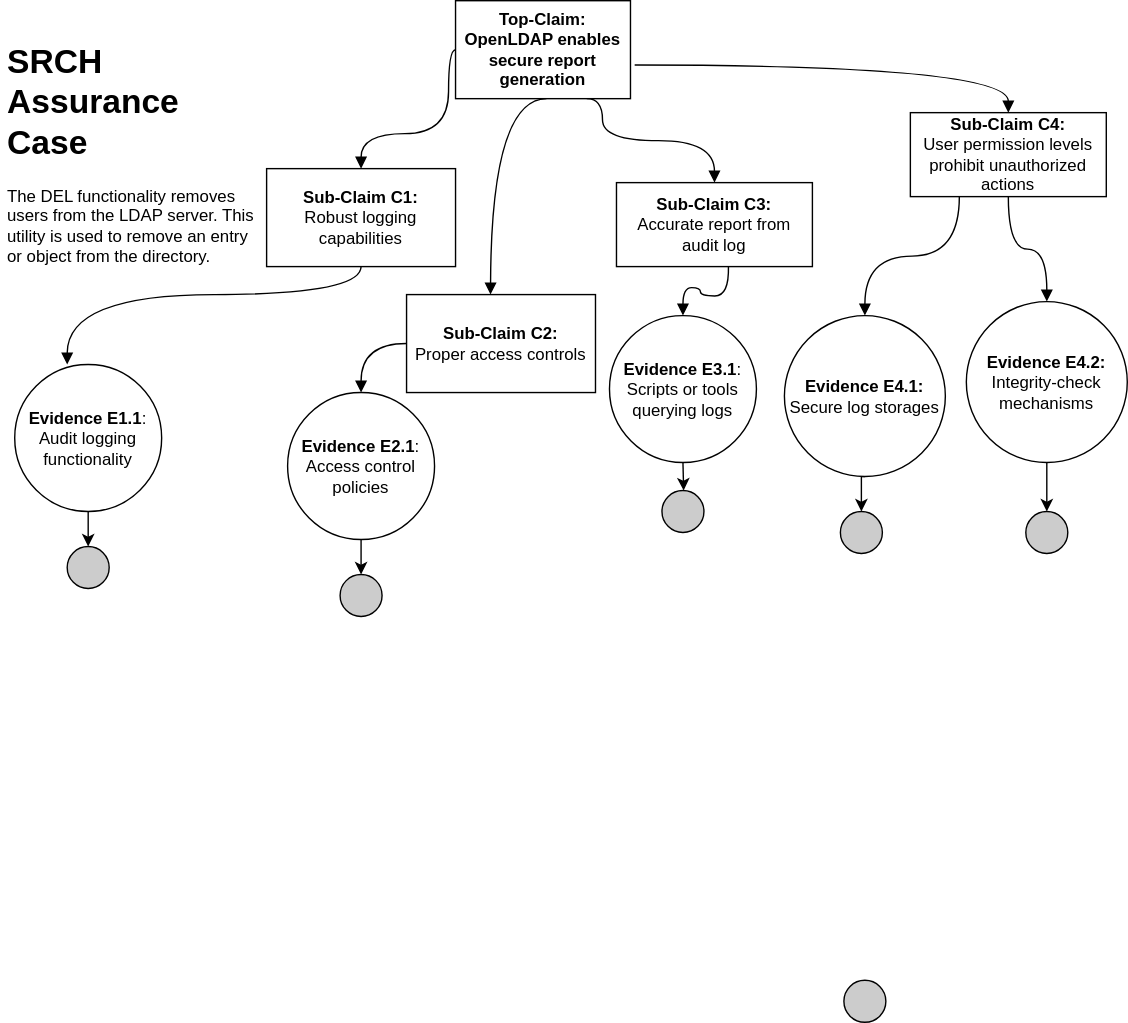
The draw.io diagram images/SRCH_accurance_case.svg in bartelsjoshuac/SAPG, before a commit. Source tidied: cells renumbered, new cells last; positions are measured from the earlier drawing's top-left corner, leaving out a move shared by most shapes. The source it was exported from:
```xml
<mxGraphModel background="#FFFFFF">
  <root>
    <mxCell id="0" />
    <mxCell id="1" parent="0" />
    <mxCell id="2" value="&lt;div&gt;&lt;br&gt;&lt;/div&gt;&lt;h1&gt;SRCH&lt;br&gt;Assurance Case&lt;/h1&gt;&lt;p&gt;The DEL functionality removes users from the LDAP server. This utility is used to remove an entry or object from the directory.&lt;br&gt;&lt;/p&gt;" style="text;html=1;strokeColor=none;fillColor=none;spacing=5;spacingTop=-20;whiteSpace=wrap;overflow=hidden;rounded=0;" parent="1" vertex="1">
      <mxGeometry y="10" width="190" height="250" as="geometry" />
    </mxCell>
    <mxCell id="3" style="edgeStyle=orthogonalEdgeStyle;rounded=0;jettySize=auto;html=1;endArrow=block;endFill=1;curved=1;entryX=0.5;entryY=0;entryDx=0;entryDy=0;" parent="1" edge="1" source="4" target="6">
      <mxGeometry relative="1" as="geometry">
        <Array as="points">
          <mxPoint x="320" y="35" />
          <mxPoint x="320" y="95" />
          <mxPoint x="258" y="95" />
        </Array>
      </mxGeometry>
    </mxCell>
    <mxCell id="4" value="&lt;b&gt;Top-Claim:&lt;/b&gt;&lt;br&gt;&lt;b&gt;OpenLDAP enables secure report generation&lt;/b&gt;" style="rounded=0;whiteSpace=wrap;html=1;" parent="1" vertex="1">
      <mxGeometry x="325" width="125" height="70" as="geometry" />
    </mxCell>
    <mxCell id="5" style="edgeStyle=orthogonalEdgeStyle;curved=1;rounded=0;jettySize=auto;html=1;exitX=0.5;exitY=1;exitDx=0;exitDy=0;entryX=0.25;entryY=1;entryDx=0;entryDy=0;endArrow=block;endFill=1;" parent="1" edge="1" source="6" target="2">
      <mxGeometry relative="1" as="geometry" />
    </mxCell>
    <mxCell id="6" value="&lt;b&gt;Sub-Claim C1:&lt;br&gt;&lt;/b&gt;Robust logging capabilities" style="rounded=0;whiteSpace=wrap;html=1;" parent="1" vertex="1">
      <mxGeometry x="190" y="120" width="135" height="70" as="geometry" />
    </mxCell>
    <mxCell id="7" style="edgeStyle=orthogonalEdgeStyle;curved=1;rounded=0;jettySize=auto;html=1;entryX=0.5;entryY=0;entryDx=0;entryDy=0;endArrow=block;endFill=1;exitX=0.25;exitY=1;exitDx=0;exitDy=0;" parent="1" edge="1" source="29" target="9">
      <mxGeometry relative="1" as="geometry" />
    </mxCell>
    <mxCell id="8" style="edgeStyle=orthogonalEdgeStyle;rounded=0;jettySize=auto;html=1;exitX=0.5;exitY=1;exitDx=0;exitDy=0;entryX=0.5;entryY=0;entryDx=0;entryDy=0;" parent="1" edge="1" source="9" target="30">
      <mxGeometry relative="1" as="geometry" />
    </mxCell>
    <mxCell id="9" value="&lt;b&gt;Evidence E4.1:&lt;/b&gt;&lt;br&gt;Secure log storages" style="ellipse;whiteSpace=wrap;html=1;fillColor=#ffffff;rounded=0;" parent="1" vertex="1">
      <mxGeometry x="560" y="225" width="115" height="115" as="geometry" />
    </mxCell>
    <mxCell id="10" style="edgeStyle=orthogonalEdgeStyle;curved=1;rounded=0;jettySize=auto;html=1;endArrow=block;endFill=1;exitX=0.75;exitY=1;exitDx=0;exitDy=0;" parent="1" edge="1" source="4" target="11">
      <mxGeometry relative="1" as="geometry">
        <Array as="points">
          <mxPoint x="430" y="70" />
          <mxPoint x="430" y="100" />
          <mxPoint x="510" y="100" />
        </Array>
      </mxGeometry>
    </mxCell>
    <mxCell id="11" value="&lt;b&gt;Sub-Claim C3:&lt;br&gt;&lt;/b&gt;Accurate report from audit log" style="rounded=0;whiteSpace=wrap;html=1;" parent="1" vertex="1">
      <mxGeometry x="440" y="130" width="140" height="60" as="geometry" />
    </mxCell>
    <mxCell id="12" style="edgeStyle=orthogonalEdgeStyle;rounded=0;jettySize=auto;html=1;exitX=0.5;exitY=1;exitDx=0;exitDy=0;entryX=0.5;entryY=0;entryDx=0;entryDy=0;" parent="1" edge="1" source="13" target="31">
      <mxGeometry relative="1" as="geometry" />
    </mxCell>
    <mxCell id="13" value="&lt;b&gt;Evidence E4.2:&lt;/b&gt;&lt;br&gt;Integrity-check mechanisms" style="ellipse;whiteSpace=wrap;html=1;fillColor=#ffffff;rounded=0;" parent="1" vertex="1">
      <mxGeometry x="690" y="215" width="115" height="115" as="geometry" />
    </mxCell>
    <mxCell id="14" style="ellipse;whiteSpace=wrap;html=1;fillColor=#CCCCCC;" parent="1" vertex="1">
      <mxGeometry x="602.5" y="700" width="30" height="30" as="geometry" />
    </mxCell>
    <mxCell id="15" style="edgeStyle=orthogonalEdgeStyle;rounded=0;jettySize=auto;html=1;exitX=0.5;exitY=1;exitDx=0;exitDy=0;entryX=0.5;entryY=0;entryDx=0;entryDy=0;" parent="1" edge="1" source="16" target="17">
      <mxGeometry relative="1" as="geometry" />
    </mxCell>
    <mxCell id="16" value="&lt;b&gt;Evidence E1.1&lt;/b&gt;:&lt;br&gt;Audit logging functionality" style="ellipse;whiteSpace=wrap;html=1;fillColor=#ffffff;rounded=0;" parent="1" vertex="1">
      <mxGeometry x="10" y="260" width="105" height="105" as="geometry" />
    </mxCell>
    <mxCell id="17" style="ellipse;whiteSpace=wrap;html=1;fillColor=#CCCCCC;" parent="1" vertex="1">
      <mxGeometry x="47.5" y="390" width="30" height="30" as="geometry" />
    </mxCell>
    <mxCell id="18" value="&lt;b&gt;Sub-Claim C2:&lt;br&gt;&lt;/b&gt;Proper access controls" style="rounded=0;whiteSpace=wrap;html=1;" parent="1" vertex="1">
      <mxGeometry x="290" y="210" width="135" height="70" as="geometry" />
    </mxCell>
    <mxCell id="19" style="edgeStyle=orthogonalEdgeStyle;rounded=0;jettySize=auto;html=1;exitX=0.5;exitY=1;exitDx=0;exitDy=0;entryX=0.5;entryY=0;entryDx=0;entryDy=0;" parent="1" edge="1" source="20" target="21">
      <mxGeometry relative="1" as="geometry" />
    </mxCell>
    <mxCell id="20" value="&lt;b&gt;Evidence E2.1&lt;/b&gt;:&lt;br&gt;Access control policies" style="ellipse;whiteSpace=wrap;html=1;fillColor=#ffffff;rounded=0;" parent="1" vertex="1">
      <mxGeometry x="205" y="280" width="105" height="105" as="geometry" />
    </mxCell>
    <mxCell id="21" style="ellipse;whiteSpace=wrap;html=1;fillColor=#CCCCCC;" parent="1" vertex="1">
      <mxGeometry x="242.5" y="410" width="30" height="30" as="geometry" />
    </mxCell>
    <mxCell id="22" style="edgeStyle=orthogonalEdgeStyle;rounded=0;orthogonalLoop=1;jettySize=auto;html=1;endArrow=block;endFill=1;curved=1;entryX=0.5;entryY=0;entryDx=0;entryDy=0;" parent="1" edge="1">
      <mxGeometry relative="1" as="geometry">
        <mxPoint x="390" y="70" as="sourcePoint" />
        <mxPoint x="350" y="210" as="targetPoint" />
      </mxGeometry>
    </mxCell>
    <mxCell id="23" style="edgeStyle=orthogonalEdgeStyle;rounded=0;jettySize=auto;html=1;endArrow=block;endFill=1;curved=1;entryX=0.5;entryY=0;entryDx=0;entryDy=0;exitX=0;exitY=0.5;exitDx=0;exitDy=0;" parent="1" edge="1" source="18" target="20">
      <mxGeometry relative="1" as="geometry" />
    </mxCell>
    <mxCell id="24" style="edgeStyle=orthogonalEdgeStyle;rounded=0;jettySize=auto;html=1;exitX=0.5;exitY=1;exitDx=0;exitDy=0;" parent="1" edge="1" source="25">
      <mxGeometry relative="1" as="geometry">
        <mxPoint x="488" y="350" as="targetPoint" />
      </mxGeometry>
    </mxCell>
    <mxCell id="25" value="&lt;b&gt;Evidence E3.1&lt;/b&gt;:&lt;br&gt;Scripts or tools querying logs" style="ellipse;whiteSpace=wrap;html=1;fillColor=#ffffff;rounded=0;" parent="1" vertex="1">
      <mxGeometry x="435" y="225" width="105" height="105" as="geometry" />
    </mxCell>
    <mxCell id="26" style="ellipse;whiteSpace=wrap;html=1;fillColor=#CCCCCC;" parent="1" vertex="1">
      <mxGeometry x="472.5" y="350" width="30" height="30" as="geometry" />
    </mxCell>
    <mxCell id="27" style="edgeStyle=orthogonalEdgeStyle;rounded=0;jettySize=auto;html=1;endArrow=block;endFill=1;curved=1;entryX=0.5;entryY=0;entryDx=0;entryDy=0;exitX=0;exitY=0.5;exitDx=0;exitDy=0;" parent="1" edge="1" target="25">
      <mxGeometry relative="1" as="geometry">
        <mxPoint x="520" y="190" as="sourcePoint" />
      </mxGeometry>
    </mxCell>
    <mxCell id="28" style="edgeStyle=orthogonalEdgeStyle;curved=1;rounded=0;jettySize=auto;html=1;endArrow=block;endFill=1;entryX=0.5;entryY=0;entryDx=0;entryDy=0;" parent="1" edge="1" source="29" target="13">
      <mxGeometry relative="1" as="geometry" />
    </mxCell>
    <mxCell id="29" value="&lt;b&gt;Sub-Claim C4:&lt;br&gt;&lt;/b&gt;User permission levels prohibit unauthorized actions" style="rounded=0;whiteSpace=wrap;html=1;" parent="1" vertex="1">
      <mxGeometry x="650" y="80" width="140" height="60" as="geometry" />
    </mxCell>
    <mxCell id="30" style="ellipse;whiteSpace=wrap;html=1;fillColor=#CCCCCC;" parent="1" vertex="1">
      <mxGeometry x="600" y="365" width="30" height="30" as="geometry" />
    </mxCell>
    <mxCell id="31" style="ellipse;whiteSpace=wrap;html=1;fillColor=#CCCCCC;" parent="1" vertex="1">
      <mxGeometry x="732.5" y="365" width="30" height="30" as="geometry" />
    </mxCell>
    <mxCell id="32" style="edgeStyle=orthogonalEdgeStyle;curved=1;rounded=0;jettySize=auto;html=1;endArrow=block;endFill=1;exitX=1.024;exitY=0.657;exitDx=0;exitDy=0;exitPerimeter=0;entryX=0.5;entryY=0;entryDx=0;entryDy=0;" parent="1" edge="1" source="4" target="29">
      <mxGeometry relative="1" as="geometry" />
    </mxCell>
  </root>
</mxGraphModel>
```
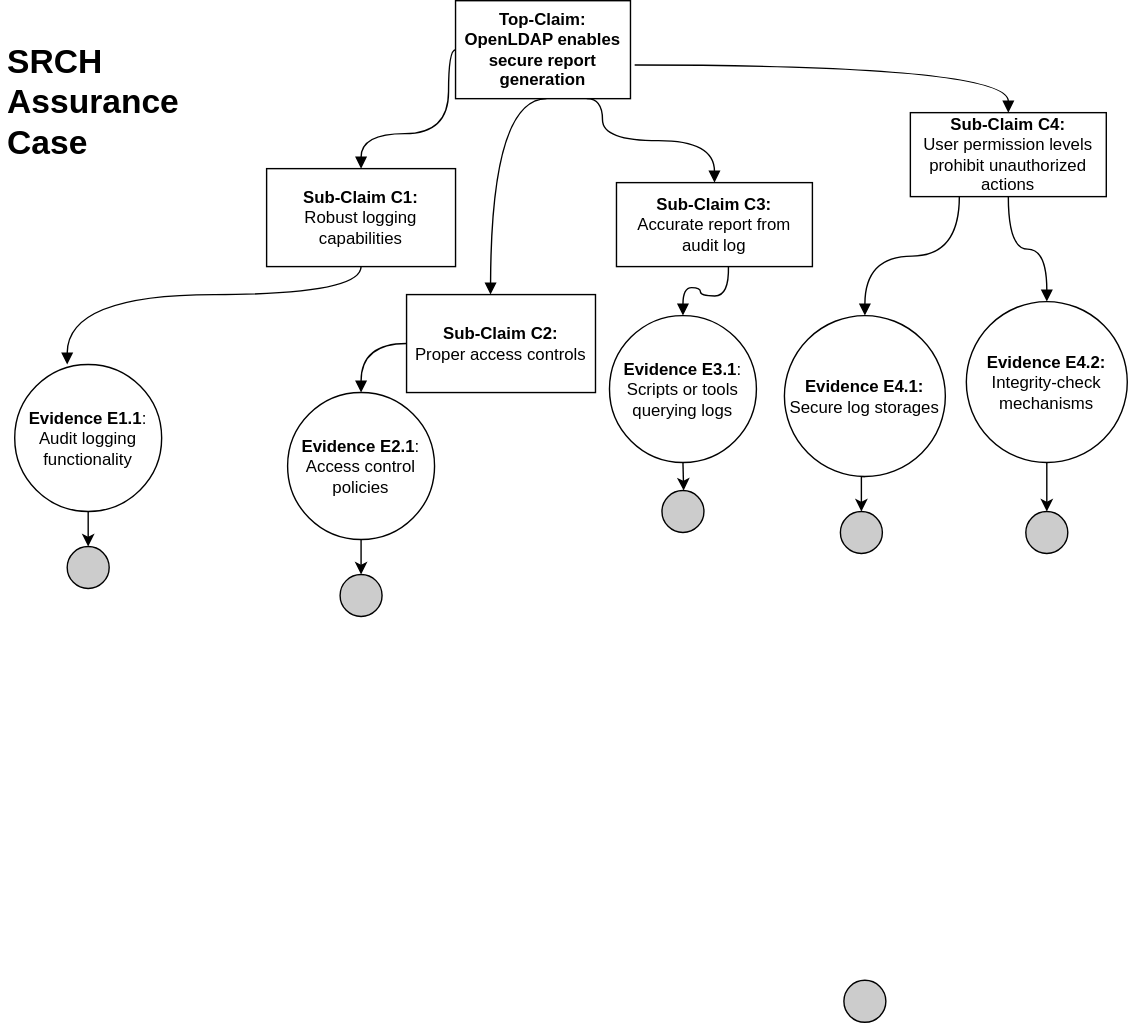
The same file after the commit.

Diff of the diagram source:
```diff
@@ -2,7 +2,7 @@
   <root>
     <mxCell id="0" />
     <mxCell id="1" parent="0" />
-    <mxCell id="2" value="&lt;div&gt;&lt;br&gt;&lt;/div&gt;&lt;h1&gt;SRCH&lt;br&gt;Assurance Case&lt;/h1&gt;&lt;p&gt;The DEL functionality removes users from the LDAP server. This utility is used to remove an entry or object from the directory.&lt;br&gt;&lt;/p&gt;" style="text;html=1;strokeColor=none;fillColor=none;spacing=5;spacingTop=-20;whiteSpace=wrap;overflow=hidden;rounded=0;" parent="1" vertex="1">
+    <mxCell id="2" value="&lt;div&gt;&lt;br&gt;&lt;/div&gt;&lt;h1&gt;SRCH&lt;br&gt;Assurance Case&lt;/h1&gt;&lt;p&gt;&lt;br&gt;&lt;/p&gt;" style="text;html=1;strokeColor=none;fillColor=none;spacing=5;spacingTop=-20;whiteSpace=wrap;overflow=hidden;rounded=0;" parent="1" vertex="1">
       <mxGeometry y="10" width="190" height="250" as="geometry" />
     </mxCell>
     <mxCell id="3" style="edgeStyle=orthogonalEdgeStyle;rounded=0;jettySize=auto;html=1;endArrow=block;endFill=1;curved=1;entryX=0.5;entryY=0;entryDx=0;entryDy=0;" parent="1" edge="1" source="4" target="6">
```
